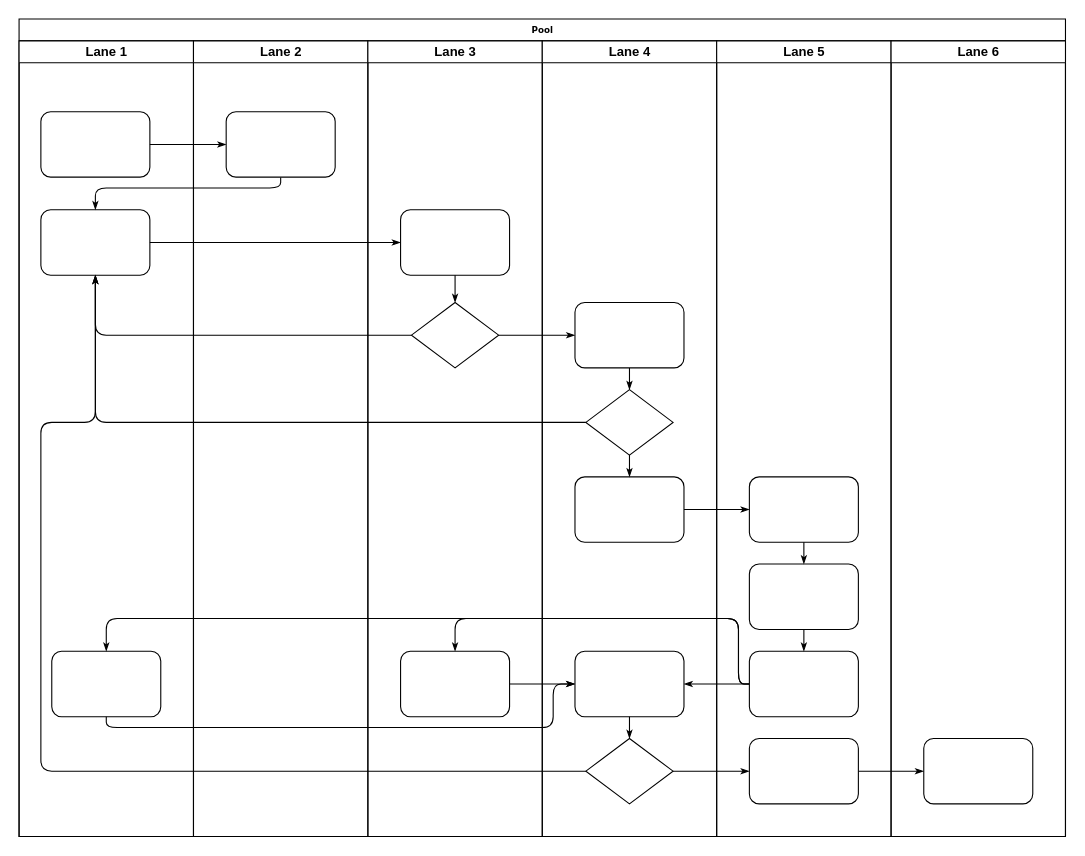
Earlier version of the draw.io diagram Untitled Diagram.drawio (hhhxxjj/bitlet). Source tidied: cells renumbered, new cells numbered last; positions are measured from the earlier drawing's top-left corner, leaving out a move shared by most shapes. Both pictures are drawn from the tidied source at 109%, with x=0, y=0 at pixel (19, 19).
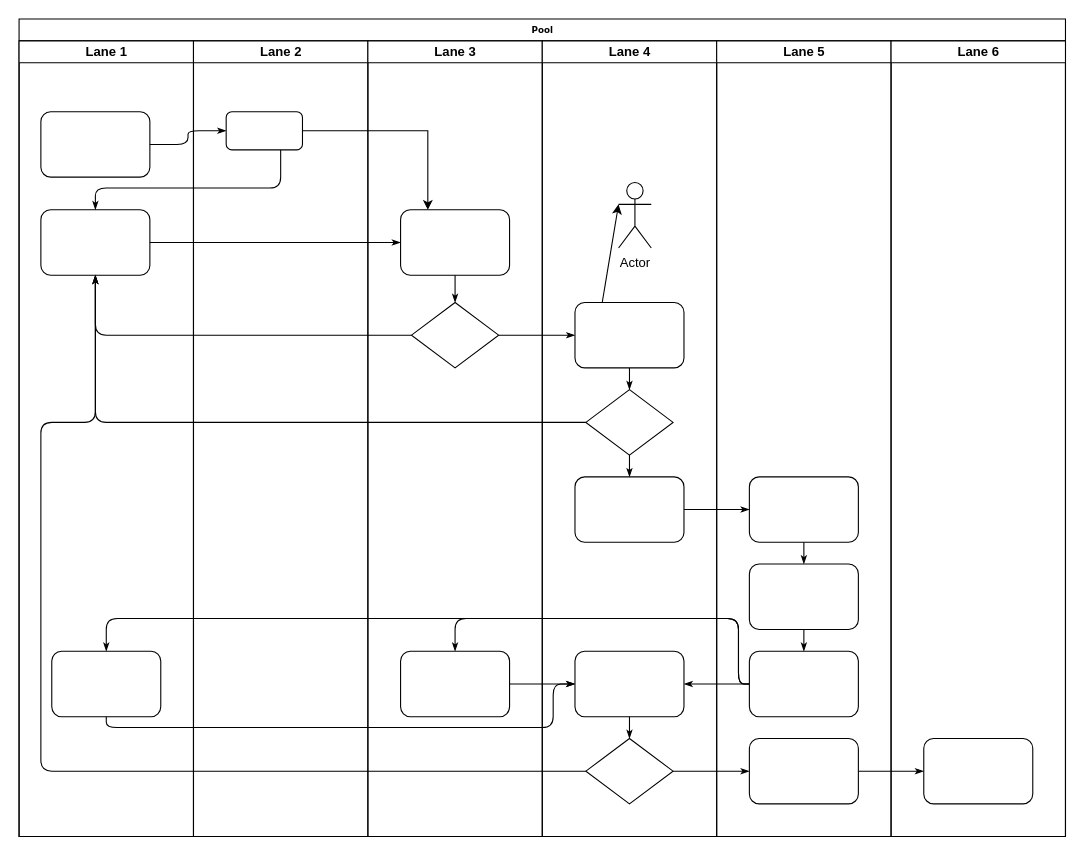
The same page after the edit.

The change refers to these unchanged cells:
```xml
<mxCell id="2" value="Pool" style="swimlane;html=1;startSize=20;rounded=0;shadow=0;labelBackgroundColor=none;strokeWidth=1;fontFamily=Verdana;fontSize=8;align=center;" parent="1" vertex="1">
  <mxGeometry width="960" height="750" as="geometry" />
</mxCell>
<mxCell id="22" value="Lane 2" style="swimlane;html=1;startSize=20;" parent="2" vertex="1">
  <mxGeometry x="160" y="20" width="160" height="730" as="geometry" />
</mxCell>
<mxCell id="25" style="rounded=1;whiteSpace=wrap;html=1;shadow=0;labelBackgroundColor=none;strokeWidth=1;fontFamily=Verdana;fontSize=8;align=center;" parent="24" vertex="1">
  <mxGeometry x="30" y="155" width="100" height="60" as="geometry" />
</mxCell>
<mxCell id="29" value="Lane 4" style="swimlane;html=1;startSize=20;" parent="2" vertex="1">
  <mxGeometry x="480" y="20" width="160" height="730" as="geometry" />
</mxCell>
<mxCell id="30" style="rounded=1;whiteSpace=wrap;html=1;shadow=0;labelBackgroundColor=none;strokeWidth=1;fontFamily=Verdana;fontSize=8;align=center;" parent="29" vertex="1">
  <mxGeometry x="30" y="240" width="100" height="60" as="geometry" />
</mxCell>
```

What changed in the source:
```diff
@@
     <mxCell id="23" style="rounded=1;whiteSpace=wrap;html=1;shadow=0;labelBackgroundColor=none;strokeWidth=1;fontFamily=Verdana;fontSize=8;align=center;" parent="22" vertex="1">
-      <mxGeometry x="30" y="65" width="100" height="60" as="geometry" />
+      <mxGeometry x="30" y="65" width="70" height="35" as="geometry" />
     </mxCell>
@@
+    <mxCell id="47" value="Actor" style="shape=umlActor;verticalLabelPosition=bottom;verticalAlign=top;html=1;outlineConnect=0;" parent="29" vertex="1">
+      <mxGeometry x="70" y="130" width="30" height="60" as="geometry" />
+    </mxCell>
+    <mxCell id="48" style="endArrow=classic;html=1;entryX=0;entryY=0.3333333333333333;entryDx=0;entryDy=0;entryPerimeter=0;exitX=0.25;exitY=0;exitDx=0;exitDy=0;" parent="29" edge="1" source="30" target="47">
+      <mxGeometry relative="1" as="geometry" />
+    </mxCell>
@@
+    <mxCell id="49" style="edgeStyle=orthogonalEdgeStyle;rounded=0;jettySize=auto;html=1;entryX=0.25;entryY=0;entryDx=0;entryDy=0;" parent="2" edge="1" source="23" target="25">
+      <mxGeometry relative="1" as="geometry" />
+    </mxCell>
```
